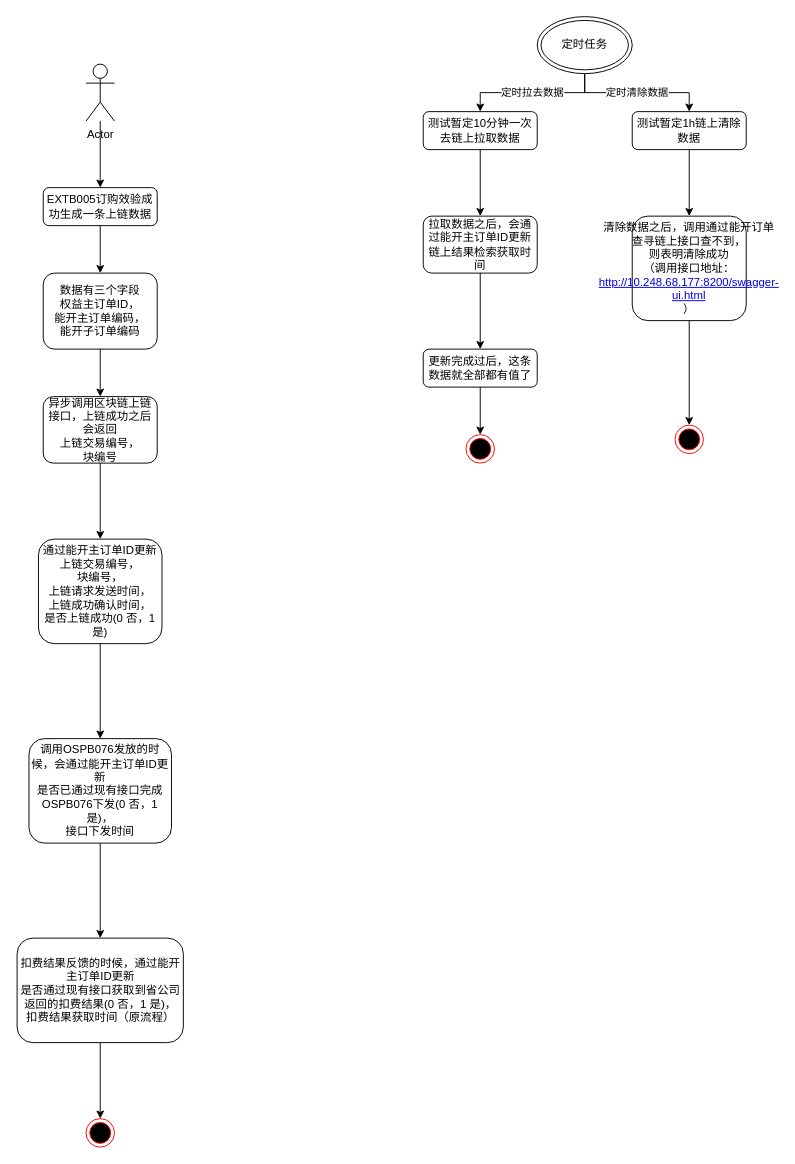
The draw.io diagram 区块链上链流程.drawio in moshan123/draw, before the edit. Source tidied: cells renumbered, new cells numbered last; positions are measured from the earlier drawing's top-left corner, leaving out a move shared by most shapes. Both pictures are drawn from the tidied source at 95%, with x=0, y=0 at pixel (16, 16).
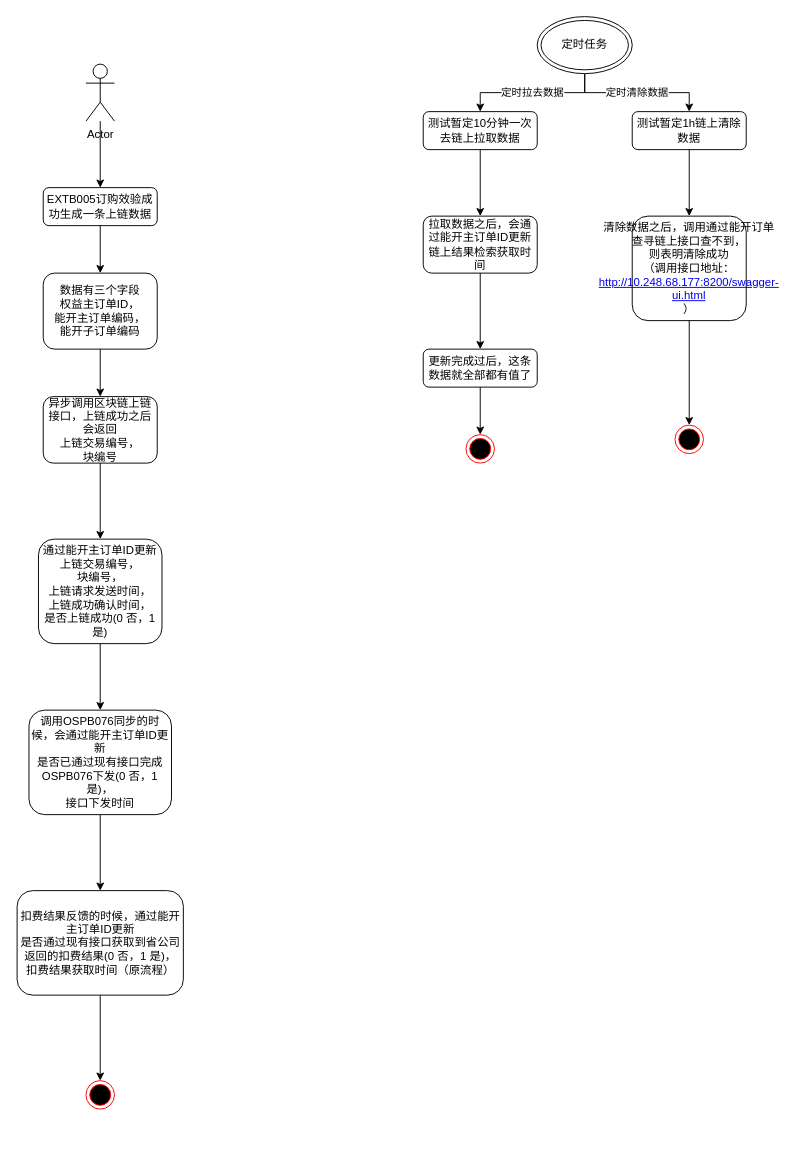
After the change.

Commit message:
Update 区块链上链流程.drawio

The edit, as a diff of the source:
```diff
@@
     <mxCell id="15" value="扣费结果反馈的时候，通过能开主订单ID更新&lt;br&gt;是否通过现有接口获取到省公司返回的扣费结果(0 否，1 是)，&lt;br&gt;扣费结果获取时间（原流程）" style="rounded=1;whiteSpace=wrap;html=1;fontSize=12;glass=0;strokeWidth=1;shadow=0;" parent="1" vertex="1">
-      <mxGeometry x="0.5" y="970" width="175" height="110" as="geometry" />
+      <mxGeometry x="0.5" y="920" width="175" height="110" as="geometry" />
     </mxCell>
@@
-    <mxCell id="17" value="调用OSPB076发放的时候，会通过能开主订单ID更新&lt;br&gt;是否已通过现有接口完成OSPB076下发(0 否，1 是)，&lt;br&gt;接口下发时间" style="rounded=1;whiteSpace=wrap;html=1;fontSize=12;glass=0;strokeWidth=1;shadow=0;" parent="1" vertex="1">
-      <mxGeometry x="13" y="760" width="150" height="110" as="geometry" />
+    <mxCell id="17" value="调用OSPB076同步的时候，会通过能开主订单ID更新&lt;br&gt;是否已通过现有接口完成OSPB076下发(0 否，1 是)，&lt;br&gt;接口下发时间" style="rounded=1;whiteSpace=wrap;html=1;fontSize=12;glass=0;strokeWidth=1;shadow=0;" parent="1" vertex="1">
+      <mxGeometry x="13" y="730" width="150" height="110" as="geometry" />
     </mxCell>
@@
     <mxCell id="24" style="ellipse;html=1;shape=endState;fillColor=#000000;strokeColor=#ff0000;" parent="1" vertex="1">
-      <mxGeometry x="73" y="1160" width="30" height="30" as="geometry" />
+      <mxGeometry x="73" y="1120" width="30" height="30" as="geometry" />
     </mxCell>
```
